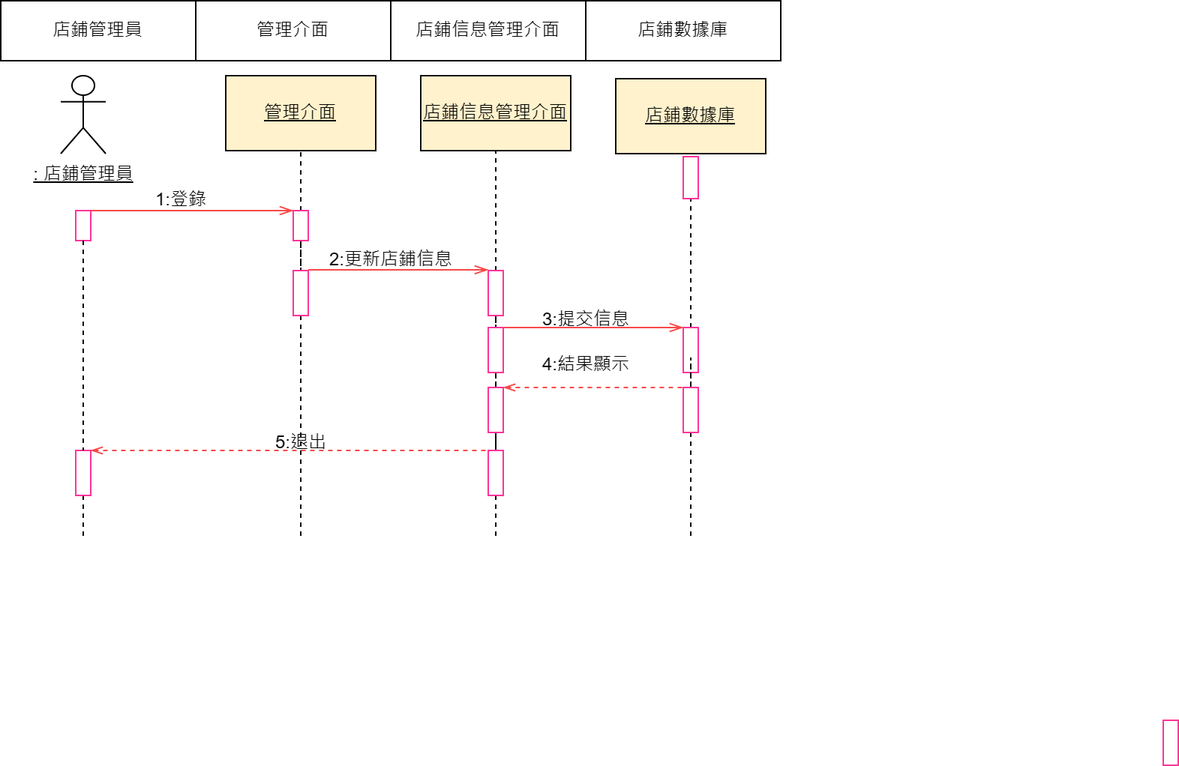
Above: 圖檔/5.1.3-1.drawio.png in 11024117/SE_Final-Paper (draw.io), before the change. Source tidied: cells renumbered, new cells last; positions are measured from the earlier drawing's top-left corner, leaving out a move shared by most shapes. Source of this version:
```xml
<mxGraphModel>
  <root>
    <mxCell id="0" />
    <mxCell id="1" parent="0" />
    <mxCell id="2" value="&lt;u&gt;: 店鋪管理員&lt;/u&gt;" style="shape=umlActor;verticalLabelPosition=bottom;verticalAlign=top;html=1;" parent="1" vertex="1">
      <mxGeometry x="40" y="50" width="30" height="52" as="geometry" />
    </mxCell>
    <mxCell id="3" value="&lt;u&gt;店鋪數據庫&lt;/u&gt;" style="rounded=0;whiteSpace=wrap;html=1;fillColor=#fff2cc;strokeColor=#10100f;" parent="1" vertex="1">
      <mxGeometry x="410" y="52" width="100" height="50" as="geometry" />
    </mxCell>
    <mxCell id="4" value="&lt;u&gt;店鋪信息管理介面&lt;/u&gt;" style="rounded=0;whiteSpace=wrap;html=1;fillColor=#fff2cc;strokeColor=#10100f;" parent="1" vertex="1">
      <mxGeometry x="280" y="50" width="100" height="50" as="geometry" />
    </mxCell>
    <mxCell id="5" value="&lt;u&gt;管理介面&lt;/u&gt;" style="rounded=0;whiteSpace=wrap;html=1;fillColor=#fff2cc;strokeColor=#10100f;" parent="1" vertex="1">
      <mxGeometry x="150" y="50" width="100" height="50" as="geometry" />
    </mxCell>
    <mxCell id="6" style="rounded=0;whiteSpace=wrap;html=1;strokeColor=#FF3399;" parent="1" vertex="1">
      <mxGeometry x="50" y="140" width="10" height="20" as="geometry" />
    </mxCell>
    <mxCell id="7" style="edgeStyle=orthogonalEdgeStyle;rounded=0;jettySize=auto;html=1;exitX=0.5;exitY=1;exitDx=0;exitDy=0;endArrow=none;endFill=0;dashed=1;" parent="1" edge="1" source="8">
      <mxGeometry relative="1" as="geometry">
        <mxPoint x="55" y="360" as="targetPoint" />
      </mxGeometry>
    </mxCell>
    <mxCell id="8" style="rounded=0;whiteSpace=wrap;html=1;strokeColor=#FF3399;" parent="1" vertex="1">
      <mxGeometry x="50" y="300" width="10" height="30" as="geometry" />
    </mxCell>
    <mxCell id="9" style="edgeStyle=orthogonalEdgeStyle;rounded=0;jettySize=auto;html=1;exitX=0.5;exitY=1;exitDx=0;exitDy=0;entryX=0.5;entryY=0;entryDx=0;entryDy=0;dashed=1;endArrow=none;endFill=0;" parent="1" edge="1" source="6" target="8">
      <mxGeometry relative="1" as="geometry" />
    </mxCell>
    <mxCell id="10" style="edgeStyle=orthogonalEdgeStyle;rounded=0;jettySize=auto;html=1;exitX=0.5;exitY=0;exitDx=0;exitDy=0;entryX=0.5;entryY=1;entryDx=0;entryDy=0;dashed=1;endArrow=none;endFill=0;" parent="1" edge="1" source="12" target="5">
      <mxGeometry relative="1" as="geometry">
        <Array as="points">
          <mxPoint x="200" y="140" />
        </Array>
      </mxGeometry>
    </mxCell>
    <mxCell id="11" style="edgeStyle=orthogonalEdgeStyle;rounded=0;jettySize=auto;html=1;entryX=0.5;entryY=0;entryDx=0;entryDy=0;endArrow=none;endFill=0;dashed=1;" parent="1" edge="1" source="12" target="34">
      <mxGeometry relative="1" as="geometry" />
    </mxCell>
    <mxCell id="12" style="rounded=0;whiteSpace=wrap;html=1;strokeColor=#FF3399;labelBackgroundColor=default;" parent="1" vertex="1">
      <mxGeometry x="195" y="140" width="10" height="20" as="geometry" />
    </mxCell>
    <mxCell id="13" style="edgeStyle=orthogonalEdgeStyle;rounded=0;jettySize=auto;html=1;exitX=0.5;exitY=0;exitDx=0;exitDy=0;entryX=0.5;entryY=1;entryDx=0;entryDy=0;dashed=1;endArrow=none;endFill=0;" parent="1" edge="1" source="15" target="4">
      <mxGeometry relative="1" as="geometry" />
    </mxCell>
    <mxCell id="14" style="edgeStyle=orthogonalEdgeStyle;rounded=0;jettySize=auto;html=1;entryX=0.5;entryY=0;entryDx=0;entryDy=0;endArrow=none;endFill=0;dashed=1;" parent="1" edge="1" source="15" target="37">
      <mxGeometry relative="1" as="geometry" />
    </mxCell>
    <mxCell id="15" style="rounded=0;whiteSpace=wrap;html=1;strokeColor=#FF3399;labelBackgroundColor=default;" parent="1" vertex="1">
      <mxGeometry x="325" y="180" width="10" height="30" as="geometry" />
    </mxCell>
    <mxCell id="16" style="edgeStyle=orthogonalEdgeStyle;rounded=0;jettySize=auto;html=1;endArrow=none;endFill=0;dashed=1;" parent="1" edge="1" source="18">
      <mxGeometry relative="1" as="geometry">
        <mxPoint x="330" y="360" as="targetPoint" />
      </mxGeometry>
    </mxCell>
    <mxCell id="17" style="edgeStyle=orthogonalEdgeStyle;rounded=0;jettySize=auto;html=1;endArrow=none;endFill=0;dashed=1;" parent="1" edge="1" source="18" target="38">
      <mxGeometry relative="1" as="geometry" />
    </mxCell>
    <mxCell id="18" style="rounded=0;whiteSpace=wrap;html=1;strokeColor=#FF3399;labelBackgroundColor=default;" parent="1" vertex="1">
      <mxGeometry x="325" y="300" width="10" height="30" as="geometry" />
    </mxCell>
    <mxCell id="19" style="edgeStyle=orthogonalEdgeStyle;rounded=0;jettySize=auto;html=1;endArrow=none;endFill=0;dashed=1;exitX=0.5;exitY=0;exitDx=0;exitDy=0;entryX=0.5;entryY=1;entryDx=0;entryDy=0;" parent="1" edge="1" source="21" target="26">
      <mxGeometry relative="1" as="geometry">
        <Array as="points">
          <mxPoint x="460" y="150" />
          <mxPoint x="460" y="150" />
        </Array>
      </mxGeometry>
    </mxCell>
    <mxCell id="20" style="edgeStyle=orthogonalEdgeStyle;rounded=0;jettySize=auto;html=1;dashed=1;endArrow=none;endFill=0;" parent="1" edge="1" source="46">
      <mxGeometry relative="1" as="geometry">
        <mxPoint x="460" y="360" as="targetPoint" />
        <Array as="points">
          <mxPoint x="460" y="360" />
        </Array>
      </mxGeometry>
    </mxCell>
    <mxCell id="21" style="rounded=0;whiteSpace=wrap;html=1;strokeColor=#FF3399;labelBackgroundColor=default;" parent="1" vertex="1">
      <mxGeometry x="455" y="218" width="10" height="30" as="geometry" />
    </mxCell>
    <mxCell id="22" style="endArrow=openThin;endFill=0;endSize=7;html=1;rounded=0;edgeStyle=orthogonalEdgeStyle;entryX=0;entryY=0;entryDx=0;entryDy=0;strokeColor=#f94848;exitX=1;exitY=0;exitDx=0;exitDy=0;" parent="1" edge="1" source="6" target="12">
      <mxGeometry relative="1" as="geometry">
        <Array as="points">
          <mxPoint x="120" y="140" />
          <mxPoint x="120" y="140" />
        </Array>
      </mxGeometry>
    </mxCell>
    <mxCell id="23" style="endArrow=openThin;endFill=0;endSize=7;html=1;rounded=0;strokeColor=#f94848;exitX=1;exitY=0;exitDx=0;exitDy=0;entryX=0;entryY=0;entryDx=0;entryDy=0;" parent="1" edge="1" source="37" target="21">
      <mxGeometry relative="1" as="geometry" />
    </mxCell>
    <mxCell id="24" style="endArrow=none;endFill=0;endSize=7;html=1;rounded=0;strokeColor=#f94848;exitX=1;exitY=0;exitDx=0;exitDy=0;entryX=0;entryY=0;entryDx=0;entryDy=0;startArrow=openThin;startFill=0;dashed=1;" parent="1" edge="1" source="8" target="18">
      <mxGeometry relative="1" as="geometry" />
    </mxCell>
    <mxCell id="25" style="rounded=0;whiteSpace=wrap;html=1;strokeColor=#FF3399;" parent="1" vertex="1">
      <mxGeometry x="775" y="480" width="10" height="30" as="geometry" />
    </mxCell>
    <mxCell id="26" style="rounded=0;whiteSpace=wrap;html=1;strokeColor=#FF3399;labelBackgroundColor=default;" parent="1" vertex="1">
      <mxGeometry x="455" y="104" width="10" height="28" as="geometry" />
    </mxCell>
    <mxCell id="27" style="shape=table;startSize=0;" parent="1" vertex="1">
      <mxGeometry width="520" height="40" as="geometry" />
    </mxCell>
    <mxCell id="28" style="shape=tableRow;horizontal=0;startSize=0;swimlaneHead=0;swimlaneBody=0;strokeColor=inherit;top=0;left=0;bottom=0;right=0;fillColor=none;" parent="27" vertex="1">
      <mxGeometry width="520" height="40" as="geometry" />
    </mxCell>
    <mxCell id="29" value="店鋪管理員" style="shape=partialRectangle;html=1;whiteSpace=wrap;strokeColor=inherit;overflow=hidden;fillColor=none;top=0;left=0;bottom=0;right=0;" parent="28" vertex="1">
      <mxGeometry width="130" height="40" as="geometry" />
    </mxCell>
    <mxCell id="30" value="管理介面" style="shape=partialRectangle;html=1;whiteSpace=wrap;strokeColor=inherit;overflow=hidden;fillColor=none;top=0;left=0;bottom=0;right=0;" parent="28" vertex="1">
      <mxGeometry x="130" width="130" height="40" as="geometry" />
    </mxCell>
    <mxCell id="31" value="店鋪信息管理介面" style="shape=partialRectangle;html=1;whiteSpace=wrap;strokeColor=inherit;overflow=hidden;fillColor=none;top=0;left=0;bottom=0;right=0;" parent="28" vertex="1">
      <mxGeometry x="260" width="130" height="40" as="geometry" />
    </mxCell>
    <mxCell id="32" value="店鋪數據庫" style="shape=partialRectangle;html=1;whiteSpace=wrap;strokeColor=inherit;overflow=hidden;fillColor=none;top=0;left=0;bottom=0;right=0;" parent="28" vertex="1">
      <mxGeometry x="390" width="130" height="40" as="geometry" />
    </mxCell>
    <mxCell id="33" style="edgeStyle=orthogonalEdgeStyle;rounded=0;jettySize=auto;html=1;endArrow=none;endFill=0;dashed=1;" parent="1" edge="1" source="34">
      <mxGeometry relative="1" as="geometry">
        <mxPoint x="200" y="360" as="targetPoint" />
      </mxGeometry>
    </mxCell>
    <mxCell id="34" style="rounded=0;whiteSpace=wrap;html=1;strokeColor=#FF3399;labelBackgroundColor=default;" parent="1" vertex="1">
      <mxGeometry x="195" y="180" width="10" height="30" as="geometry" />
    </mxCell>
    <mxCell id="35" style="endArrow=openThin;endFill=0;endSize=7;html=1;rounded=0;edgeStyle=orthogonalEdgeStyle;strokeColor=#f94848;exitX=1;exitY=0;exitDx=0;exitDy=0;entryX=0;entryY=0;entryDx=0;entryDy=0;" parent="1" edge="1">
      <mxGeometry relative="1" as="geometry">
        <mxPoint x="205" y="179.5" as="sourcePoint" />
        <mxPoint x="325" y="179.5" as="targetPoint" />
      </mxGeometry>
    </mxCell>
    <mxCell id="36" style="edgeStyle=orthogonalEdgeStyle;rounded=0;jettySize=auto;html=1;endArrow=none;endFill=0;dashed=1;" parent="1" edge="1" source="37">
      <mxGeometry relative="1" as="geometry">
        <mxPoint x="330" y="240" as="targetPoint" />
      </mxGeometry>
    </mxCell>
    <mxCell id="37" style="rounded=0;whiteSpace=wrap;html=1;strokeColor=#FF3399;labelBackgroundColor=default;" parent="1" vertex="1">
      <mxGeometry x="325" y="218" width="10" height="30" as="geometry" />
    </mxCell>
    <mxCell id="38" style="rounded=0;whiteSpace=wrap;html=1;strokeColor=#FF3399;labelBackgroundColor=default;" parent="1" vertex="1">
      <mxGeometry x="325" y="258" width="10" height="30" as="geometry" />
    </mxCell>
    <mxCell id="39" value="5:退出" style="text;html=1;align=center;verticalAlign=middle;strokeColor=none;fillColor=none;" parent="1" vertex="1">
      <mxGeometry x="170" y="280" width="60" height="30" as="geometry" />
    </mxCell>
    <mxCell id="40" style="endArrow=none;endFill=0;endSize=7;html=1;rounded=0;strokeColor=#f94848;exitX=1;exitY=0;exitDx=0;exitDy=0;entryX=0;entryY=0;entryDx=0;entryDy=0;startArrow=openThin;startFill=0;dashed=1;" parent="1" edge="1" source="38" target="46">
      <mxGeometry relative="1" as="geometry" />
    </mxCell>
    <mxCell id="41" value="4:結果顯示" style="text;html=1;align=center;verticalAlign=middle;strokeColor=none;fillColor=none;" parent="1" vertex="1">
      <mxGeometry x="350" y="228" width="80" height="30" as="geometry" />
    </mxCell>
    <mxCell id="42" value="3:提交信息" style="text;html=1;align=center;verticalAlign=middle;strokeColor=none;fillColor=none;" parent="1" vertex="1">
      <mxGeometry x="350" y="198" width="80" height="30" as="geometry" />
    </mxCell>
    <mxCell id="43" value="1:登錄" style="text;html=1;align=center;verticalAlign=middle;strokeColor=none;fillColor=none;" parent="1" vertex="1">
      <mxGeometry x="90" y="118" width="60" height="30" as="geometry" />
    </mxCell>
    <mxCell id="44" value="2:更新店鋪信息" style="text;html=1;align=center;verticalAlign=middle;strokeColor=none;fillColor=none;" parent="1" vertex="1">
      <mxGeometry x="205" y="158" width="110" height="30" as="geometry" />
    </mxCell>
    <mxCell id="45" style="edgeStyle=orthogonalEdgeStyle;rounded=0;jettySize=auto;html=1;dashed=1;endArrow=none;endFill=0;" parent="1" edge="1" source="21" target="46">
      <mxGeometry relative="1" as="geometry" />
    </mxCell>
    <mxCell id="46" style="rounded=0;whiteSpace=wrap;html=1;strokeColor=#FF3399;labelBackgroundColor=default;" parent="1" vertex="1">
      <mxGeometry x="455" y="258" width="10" height="30" as="geometry" />
    </mxCell>
  </root>
</mxGraphModel>
```
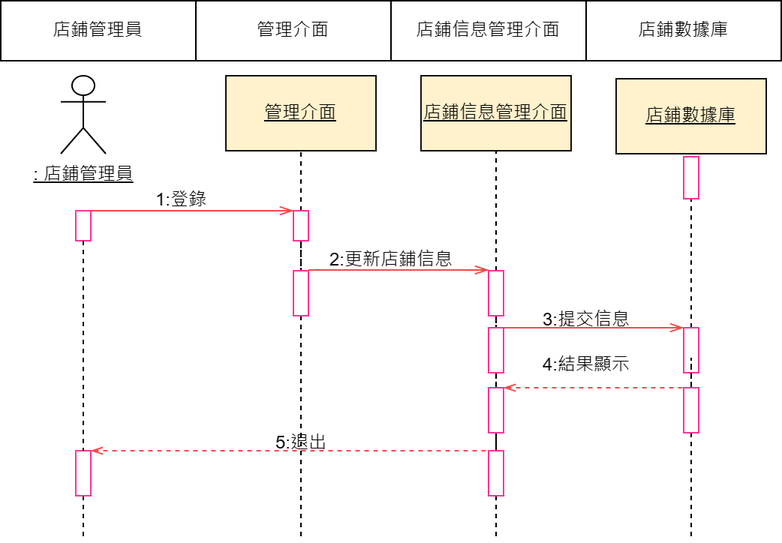
The same file after the commit.

The edit, as a diff of the source:
```diff
@@ -94,9 +94,6 @@
     <mxCell id="24" style="endArrow=none;endFill=0;endSize=7;html=1;rounded=0;strokeColor=#f94848;exitX=1;exitY=0;exitDx=0;exitDy=0;entryX=0;entryY=0;entryDx=0;entryDy=0;startArrow=openThin;startFill=0;dashed=1;" parent="1" edge="1" source="8" target="18">
       <mxGeometry relative="1" as="geometry" />
     </mxCell>
-    <mxCell id="25" style="rounded=0;whiteSpace=wrap;html=1;strokeColor=#FF3399;" parent="1" vertex="1">
-      <mxGeometry x="775" y="480" width="10" height="30" as="geometry" />
-    </mxCell>
     <mxCell id="26" style="rounded=0;whiteSpace=wrap;html=1;strokeColor=#FF3399;labelBackgroundColor=default;" parent="1" vertex="1">
       <mxGeometry x="455" y="104" width="10" height="28" as="geometry" />
     </mxCell>
```
